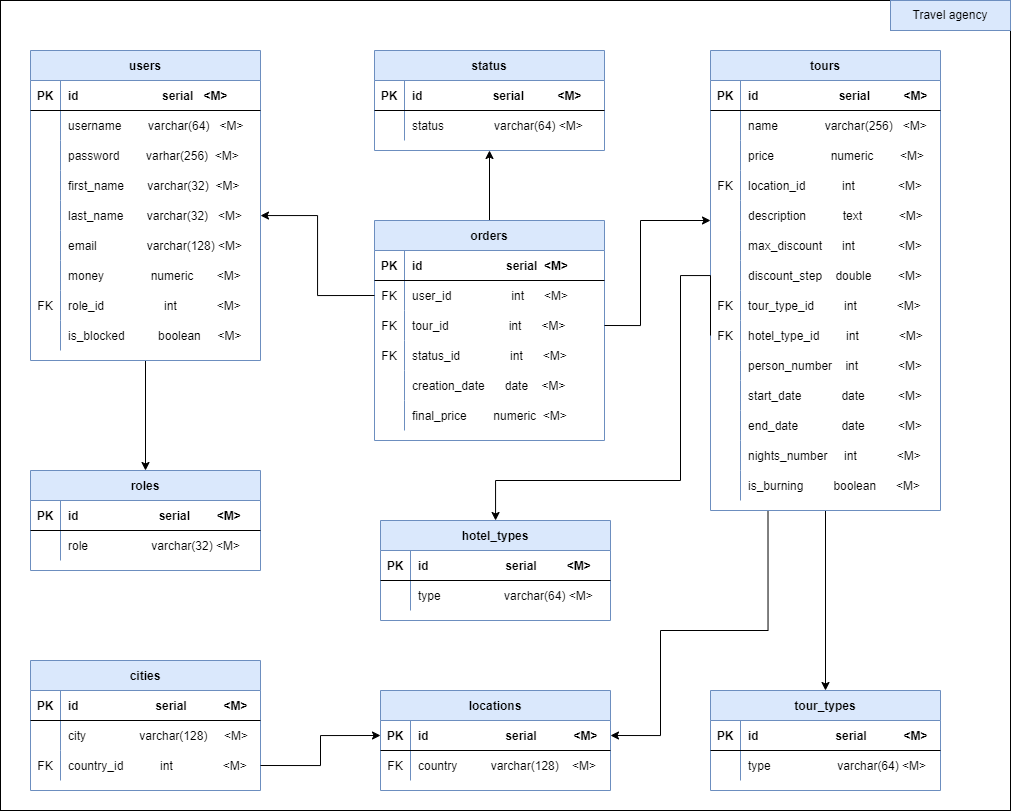
Before: diagrams/db_diagram.png, a diagram exported from draw.io (ChuyOleg/Travel-agency). Source tidied: cells renumbered, new cells last; positions are measured from the earlier drawing's top-left corner, leaving out a move shared by most shapes.
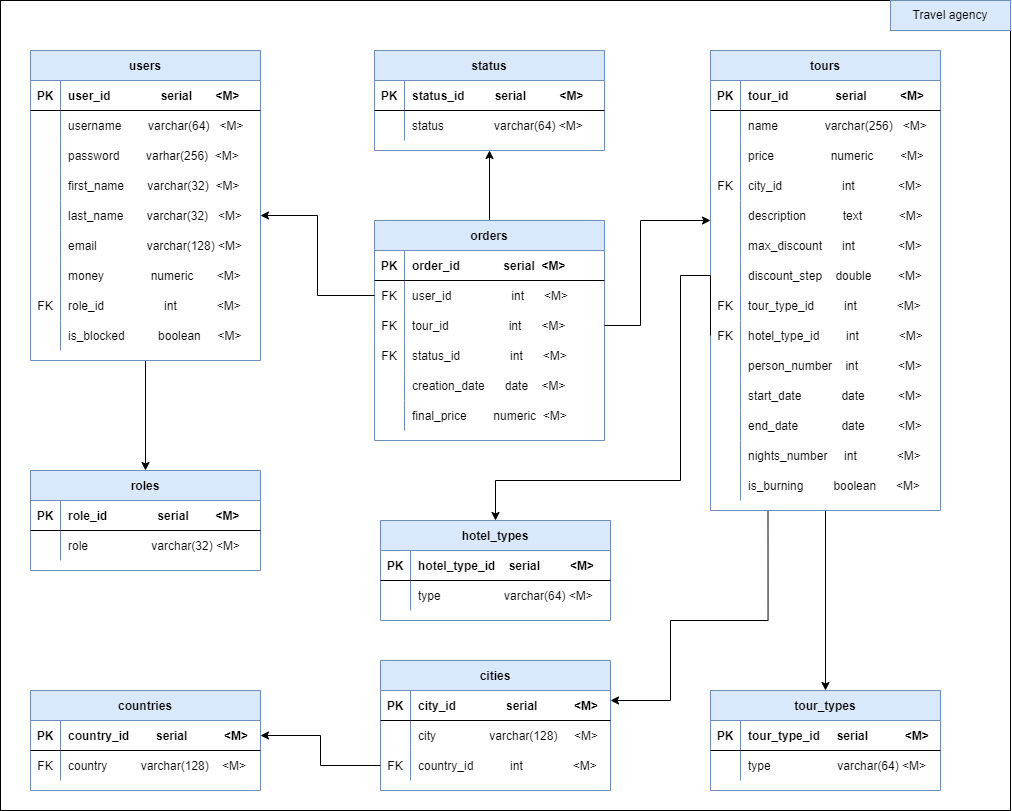
After the commit.

Commit message:
change DB diagram; change db.sql; change entity Tour.

Change to the diagram source:
```diff
@@ -17,7 +17,7 @@
     <mxCell id="6" value="PK" style="shape=partialRectangle;fillColor=none;top=0;left=0;bottom=0;right=0;fontStyle=1;overflow=hidden;" parent="5" vertex="1">
       <mxGeometry width="30" height="30" as="geometry" />
     </mxCell>
-    <mxCell id="7" value="id                         serial   &lt;M&gt;" style="shape=partialRectangle;fillColor=none;top=0;left=0;bottom=0;right=0;align=left;spacingLeft=6;fontStyle=1;overflow=hidden;" parent="5" vertex="1">
+    <mxCell id="7" value="user_id               serial       &lt;M&gt;" style="shape=partialRectangle;fillColor=none;top=0;left=0;bottom=0;right=0;align=left;spacingLeft=6;fontStyle=1;overflow=hidden;" parent="5" vertex="1">
       <mxGeometry x="30" width="200" height="30" as="geometry" />
     </mxCell>
     <mxCell id="8" style="shape=tableRow;horizontal=0;startSize=0;swimlaneHead=0;swimlaneBody=0;fillColor=none;top=0;left=0;right=0;bottom=0;" parent="4" vertex="1">
@@ -104,7 +104,7 @@
     <mxCell id="35" value="PK" style="shape=partialRectangle;fillColor=none;top=0;left=0;bottom=0;right=0;fontStyle=1;overflow=hidden;" parent="34" vertex="1">
       <mxGeometry width="30" height="30" as="geometry" />
     </mxCell>
-    <mxCell id="36" value="id                        serial        &lt;M&gt;" style="shape=partialRectangle;fillColor=none;top=0;left=0;bottom=0;right=0;align=left;spacingLeft=6;fontStyle=1;overflow=hidden;" parent="34" vertex="1">
+    <mxCell id="36" value="role_id               serial        &lt;M&gt;" style="shape=partialRectangle;fillColor=none;top=0;left=0;bottom=0;right=0;align=left;spacingLeft=6;fontStyle=1;overflow=hidden;" parent="34" vertex="1">
       <mxGeometry x="30" width="200" height="30" as="geometry" />
     </mxCell>
     <mxCell id="37" style="shape=tableRow;horizontal=0;startSize=0;swimlaneHead=0;swimlaneBody=0;fillColor=none;top=0;left=0;right=0;bottom=0;" parent="33" vertex="1">
@@ -125,7 +125,7 @@
     <mxCell id="42" value="PK" style="shape=partialRectangle;fillColor=none;top=0;left=0;bottom=0;right=0;fontStyle=1;overflow=hidden;" parent="41" vertex="1">
       <mxGeometry width="30" height="30" as="geometry" />
     </mxCell>
-    <mxCell id="43" value="id                       serial         &lt;M&gt;" style="shape=partialRectangle;fillColor=none;top=0;left=0;bottom=0;right=0;align=left;spacingLeft=6;fontStyle=1;overflow=hidden;" parent="41" vertex="1">
+    <mxCell id="43" value="hotel_type_id    serial         &lt;M&gt;" style="shape=partialRectangle;fillColor=none;top=0;left=0;bottom=0;right=0;align=left;spacingLeft=6;fontStyle=1;overflow=hidden;" parent="41" vertex="1">
       <mxGeometry x="30" width="200" height="30" as="geometry" />
     </mxCell>
     <mxCell id="44" style="shape=tableRow;horizontal=0;startSize=0;swimlaneHead=0;swimlaneBody=0;fillColor=none;top=0;left=0;right=0;bottom=0;" parent="40" vertex="1">
@@ -140,15 +140,15 @@
     <mxCell id="47" style="edgeStyle=orthogonalEdgeStyle;rounded=0;jettySize=auto;html=1;exitX=0.5;exitY=1;exitDx=0;exitDy=0;" parent="1" edge="1" source="49" target="92">
       <mxGeometry relative="1" as="geometry" />
     </mxCell>
-    <mxCell id="48" style="edgeStyle=orthogonalEdgeStyle;rounded=0;jettySize=auto;html=1;exitX=0.25;exitY=1;exitDx=0;exitDy=0;entryX=1;entryY=0.5;entryDx=0;entryDy=0;" parent="1" edge="1" source="49" target="140">
-      <mxGeometry relative="1" as="geometry">
-        <Array as="points">
-          <mxPoint x="768" y="630" />
-          <mxPoint x="660" y="630" />
-          <mxPoint x="660" y="735" />
-        </Array>
-      </mxGeometry>
-    </mxCell>
+    <mxCell id="147" style="edgeStyle=orthogonalEdgeStyle;rounded=0;jettySize=auto;html=1;exitX=0.25;exitY=1;exitDx=0;exitDy=0;" parent="1" edge="1" source="49" target="129">
+      <mxGeometry relative="1" as="geometry">
+        <Array as="points">
+          <mxPoint x="768" y="620" />
+          <mxPoint x="670" y="620" />
+          <mxPoint x="670" y="700" />
+        </Array>
+      </mxGeometry>
+    </mxCell>
     <mxCell id="49" value="tours" style="shape=table;startSize=30;rowLines=0;fontStyle=1;align=center;fillColor=#dae8fc;strokeColor=#6c8ebf;" parent="1" vertex="1">
       <mxGeometry x="710" y="50" width="230" height="460" as="geometry" />
     </mxCell>
@@ -158,7 +158,7 @@
     <mxCell id="51" value="PK" style="shape=partialRectangle;fillColor=none;top=0;left=0;bottom=0;right=0;fontStyle=1;overflow=hidden;" parent="50" vertex="1">
       <mxGeometry width="30" height="30" as="geometry" />
     </mxCell>
-    <mxCell id="52" value="id                        serial          &lt;M&gt;" style="shape=partialRectangle;fillColor=none;top=0;left=0;bottom=0;right=0;align=left;spacingLeft=6;fontStyle=1;overflow=hidden;" parent="50" vertex="1">
+    <mxCell id="52" value="tour_id              serial          &lt;M&gt;" style="shape=partialRectangle;fillColor=none;top=0;left=0;bottom=0;right=0;align=left;spacingLeft=6;fontStyle=1;overflow=hidden;" parent="50" vertex="1">
       <mxGeometry x="30" width="200" height="30" as="geometry" />
     </mxCell>
     <mxCell id="53" style="shape=tableRow;horizontal=0;startSize=0;swimlaneHead=0;swimlaneBody=0;fillColor=none;top=0;left=0;right=0;bottom=0;" parent="49" vertex="1">
@@ -185,7 +185,7 @@
     <mxCell id="60" value="FK" style="shape=partialRectangle;fillColor=none;top=0;left=0;bottom=0;right=0;overflow=hidden;" parent="59" vertex="1">
       <mxGeometry width="30" height="30" as="geometry" />
     </mxCell>
-    <mxCell id="61" value="location_id           int             &lt;M&gt; " style="shape=partialRectangle;fillColor=none;top=0;left=0;bottom=0;right=0;align=left;spacingLeft=6;overflow=hidden;" parent="59" vertex="1">
+    <mxCell id="61" value="city_id                  int             &lt;M&gt; " style="shape=partialRectangle;fillColor=none;top=0;left=0;bottom=0;right=0;align=left;spacingLeft=6;overflow=hidden;" parent="59" vertex="1">
       <mxGeometry x="30" width="200" height="30" as="geometry" />
     </mxCell>
     <mxCell id="62" style="shape=tableRow;horizontal=0;startSize=0;swimlaneHead=0;swimlaneBody=0;fillColor=none;top=0;left=0;right=0;bottom=0;" parent="49" vertex="1">
@@ -287,7 +287,7 @@
     <mxCell id="94" value="PK" style="shape=partialRectangle;fillColor=none;top=0;left=0;bottom=0;right=0;fontStyle=1;overflow=hidden;" parent="93" vertex="1">
       <mxGeometry width="30" height="30" as="geometry" />
     </mxCell>
-    <mxCell id="95" value="id                       serial           &lt;M&gt;" style="shape=partialRectangle;fillColor=none;top=0;left=0;bottom=0;right=0;align=left;spacingLeft=6;fontStyle=1;overflow=hidden;" parent="93" vertex="1">
+    <mxCell id="95" value="tour_type_id     serial           &lt;M&gt;" style="shape=partialRectangle;fillColor=none;top=0;left=0;bottom=0;right=0;align=left;spacingLeft=6;fontStyle=1;overflow=hidden;" parent="93" vertex="1">
       <mxGeometry x="30" width="200" height="30" as="geometry" />
     </mxCell>
     <mxCell id="96" style="shape=tableRow;horizontal=0;startSize=0;swimlaneHead=0;swimlaneBody=0;fillColor=none;top=0;left=0;right=0;bottom=0;" parent="92" vertex="1">
@@ -311,7 +311,7 @@
     <mxCell id="102" value="PK" style="shape=partialRectangle;fillColor=none;top=0;left=0;bottom=0;right=0;fontStyle=1;overflow=hidden;" parent="101" vertex="1">
       <mxGeometry width="30" height="30" as="geometry" />
     </mxCell>
-    <mxCell id="103" value="id                         serial  &lt;M&gt;" style="shape=partialRectangle;fillColor=none;top=0;left=0;bottom=0;right=0;align=left;spacingLeft=6;fontStyle=1;overflow=hidden;" parent="101" vertex="1">
+    <mxCell id="103" value="order_id             serial  &lt;M&gt;" style="shape=partialRectangle;fillColor=none;top=0;left=0;bottom=0;right=0;align=left;spacingLeft=6;fontStyle=1;overflow=hidden;" parent="101" vertex="1">
       <mxGeometry x="30" width="200" height="30" as="geometry" />
     </mxCell>
     <mxCell id="104" style="shape=tableRow;horizontal=0;startSize=0;swimlaneHead=0;swimlaneBody=0;fillColor=none;points=[[0,0.5],[1,0.5]];portConstraint=eastwest;top=0;left=0;right=0;bottom=0;" parent="100" vertex="1">
@@ -368,7 +368,7 @@
     <mxCell id="121" value="PK" style="shape=partialRectangle;fillColor=none;top=0;left=0;bottom=0;right=0;fontStyle=1;overflow=hidden;" parent="120" vertex="1">
       <mxGeometry width="30" height="30" as="geometry" />
     </mxCell>
-    <mxCell id="122" value="id                     serial          &lt;M&gt;" style="shape=partialRectangle;fillColor=none;top=0;left=0;bottom=0;right=0;align=left;spacingLeft=6;fontStyle=1;overflow=hidden;" parent="120" vertex="1">
+    <mxCell id="122" value="status_id         serial          &lt;M&gt;" style="shape=partialRectangle;fillColor=none;top=0;left=0;bottom=0;right=0;align=left;spacingLeft=6;fontStyle=1;overflow=hidden;" parent="120" vertex="1">
       <mxGeometry x="30" width="200" height="30" as="geometry" />
     </mxCell>
     <mxCell id="123" style="shape=tableRow;horizontal=0;startSize=0;swimlaneHead=0;swimlaneBody=0;fillColor=none;top=0;left=0;right=0;bottom=0;" parent="119" vertex="1">
@@ -401,7 +401,7 @@
       </mxGeometry>
     </mxCell>
     <mxCell id="129" value="cities" style="shape=table;startSize=30;rowLines=0;fontStyle=1;align=center;fillColor=#dae8fc;strokeColor=#6c8ebf;" parent="1" vertex="1">
-      <mxGeometry x="30" y="660" width="230" height="130" as="geometry" />
+      <mxGeometry x="380" y="660" width="230" height="130" as="geometry" />
     </mxCell>
     <mxCell id="130" style="shape=tableRow;horizontal=0;startSize=0;swimlaneHead=0;swimlaneBody=0;fillColor=none;top=0;left=0;right=0;bottom=1;" parent="129" vertex="1">
       <mxGeometry y="30" width="230" height="30" as="geometry" />
@@ -409,7 +409,7 @@
     <mxCell id="131" value="PK" style="shape=partialRectangle;fillColor=none;top=0;left=0;bottom=0;right=0;fontStyle=1;overflow=hidden;" parent="130" vertex="1">
       <mxGeometry width="30" height="30" as="geometry" />
     </mxCell>
-    <mxCell id="132" value="id                       serial           &lt;M&gt;" style="shape=partialRectangle;fillColor=none;top=0;left=0;bottom=0;right=0;align=left;spacingLeft=6;fontStyle=1;overflow=hidden;" parent="130" vertex="1">
+    <mxCell id="132" value="city_id               serial           &lt;M&gt;" style="shape=partialRectangle;fillColor=none;top=0;left=0;bottom=0;right=0;align=left;spacingLeft=6;fontStyle=1;overflow=hidden;" parent="130" vertex="1">
       <mxGeometry x="30" width="200" height="30" as="geometry" />
     </mxCell>
     <mxCell id="133" style="shape=tableRow;horizontal=0;startSize=0;swimlaneHead=0;swimlaneBody=0;fillColor=none;top=0;left=0;right=0;bottom=0;" parent="129" vertex="1">
@@ -430,8 +430,8 @@
     <mxCell id="138" value="country_id           int               &lt;M&gt;" style="shape=partialRectangle;fillColor=none;top=0;left=0;bottom=0;right=0;align=left;spacingLeft=6;overflow=hidden;" parent="136" vertex="1">
       <mxGeometry x="30" width="200" height="30" as="geometry" />
     </mxCell>
-    <mxCell id="139" value="locations" style="shape=table;startSize=30;rowLines=0;fontStyle=1;align=center;fillColor=#dae8fc;strokeColor=#6c8ebf;" parent="1" vertex="1">
-      <mxGeometry x="380" y="690" width="230" height="100" as="geometry" />
+    <mxCell id="139" value="countries" style="shape=table;startSize=30;rowLines=0;fontStyle=1;align=center;fillColor=#dae8fc;strokeColor=#6c8ebf;" parent="1" vertex="1">
+      <mxGeometry x="30" y="690" width="230" height="100" as="geometry" />
     </mxCell>
     <mxCell id="140" style="shape=tableRow;horizontal=0;startSize=0;swimlaneHead=0;swimlaneBody=0;fillColor=none;points=[[0,0.5],[1,0.5]];portConstraint=eastwest;top=0;left=0;right=0;bottom=1;" parent="139" vertex="1">
       <mxGeometry y="30" width="230" height="30" as="geometry" />
@@ -439,7 +439,7 @@
     <mxCell id="141" value="PK" style="shape=partialRectangle;fillColor=none;top=0;left=0;bottom=0;right=0;fontStyle=1;overflow=hidden;" parent="140" vertex="1">
       <mxGeometry width="30" height="30" as="geometry" />
     </mxCell>
-    <mxCell id="142" value="id                       serial           &lt;M&gt;" style="shape=partialRectangle;fillColor=none;top=0;left=0;bottom=0;right=0;align=left;spacingLeft=6;fontStyle=1;overflow=hidden;" parent="140" vertex="1">
+    <mxCell id="142" value="country_id        serial           &lt;M&gt;" style="shape=partialRectangle;fillColor=none;top=0;left=0;bottom=0;right=0;align=left;spacingLeft=6;fontStyle=1;overflow=hidden;" parent="140" vertex="1">
       <mxGeometry x="30" width="200" height="30" as="geometry" />
     </mxCell>
     <mxCell id="143" style="shape=tableRow;horizontal=0;startSize=0;swimlaneHead=0;swimlaneBody=0;fillColor=none;top=0;left=0;right=0;bottom=0;" parent="139" vertex="1">
@@ -451,7 +451,7 @@
     <mxCell id="145" value="country          varchar(128)    &lt;M&gt;" style="shape=partialRectangle;fillColor=none;top=0;left=0;bottom=0;right=0;align=left;spacingLeft=6;overflow=hidden;" parent="143" vertex="1">
       <mxGeometry x="30" width="200" height="30" as="geometry" />
     </mxCell>
-    <mxCell id="146" style="edgeStyle=orthogonalEdgeStyle;rounded=0;jettySize=auto;html=1;exitX=1;exitY=0.5;exitDx=0;exitDy=0;entryX=0;entryY=0.5;entryDx=0;entryDy=0;" parent="1" edge="1" source="136" target="140">
+    <mxCell id="146" style="edgeStyle=orthogonalEdgeStyle;rounded=0;jettySize=auto;html=1;exitX=0;exitY=0.5;exitDx=0;exitDy=0;entryX=1;entryY=0.5;entryDx=0;entryDy=0;" parent="1" edge="1" source="136" target="140">
       <mxGeometry relative="1" as="geometry" />
     </mxCell>
   </root>
```
